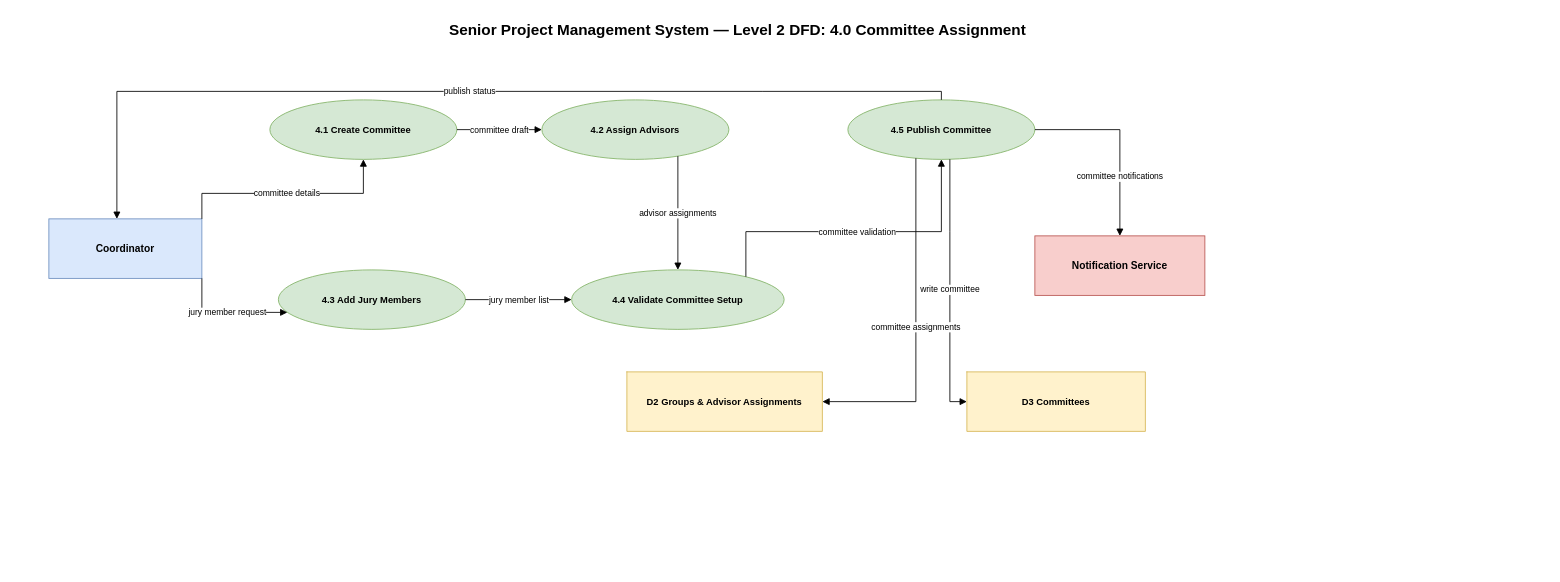
SE3318-Spring-2025-2026/senior-app-3 keeps this draw.io diagram as docs/dfdlevel2_4.drawio. Above is the earlier version. Source tidied: cells renumbered, new cells numbered last; positions are measured from the earlier drawing's top-left corner, leaving out a move shared by most shapes. Both pictures are drawn from the tidied source at 85%, with x=0, y=0 at pixel (14, 14).
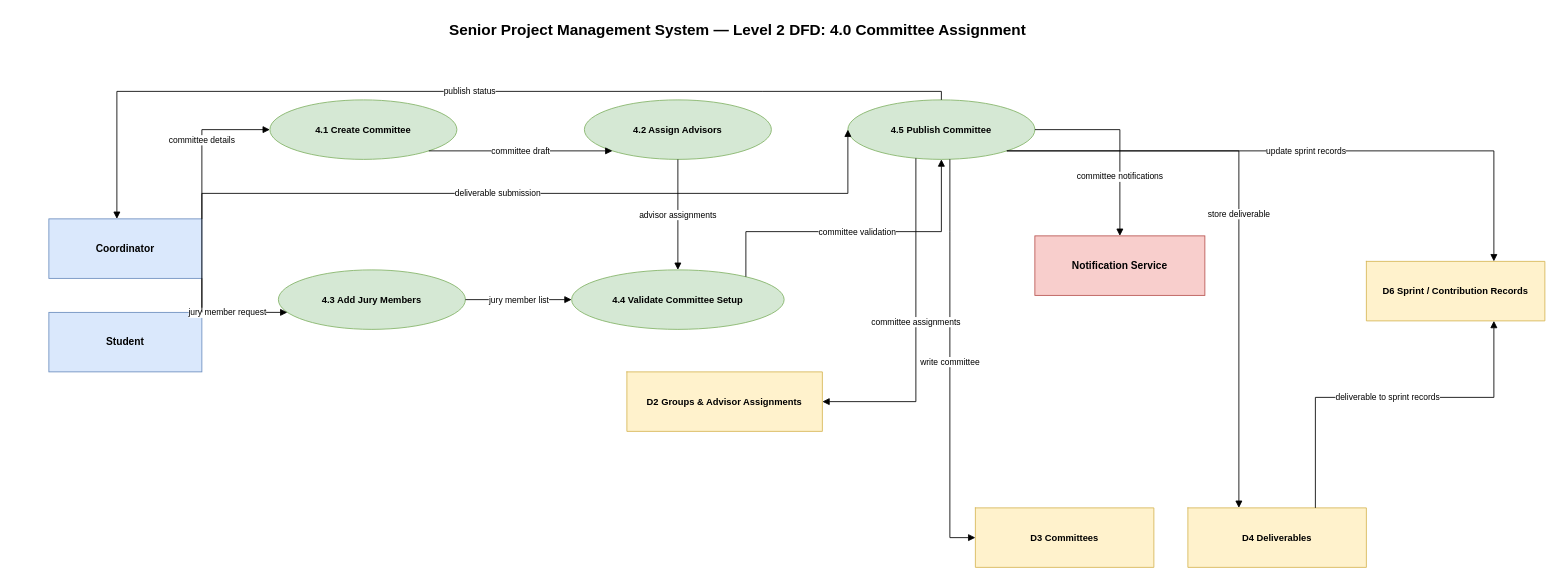
Above is the later version.

Commit message (it also covers changes not shown here):
docs: updated process 2.3-2.4 diagrams/specs

The change refers to these unchanged cells:
```xml
<mxCell id="3" value="Coordinator" style="rounded=0;whiteSpace=wrap;html=1;fillColor=#dae8fc;strokeColor=#6c8ebf;fontStyle=1;fontSize=12;" parent="1" vertex="1">
  <mxGeometry x="40" y="240" width="180" height="70" as="geometry" />
</mxCell>
<mxCell id="5" value="D2  Groups &amp; Advisor Assignments" style="shape=partialRectangle;whiteSpace=wrap;html=1;fillColor=#fff2cc;strokeColor=#d6b656;fontStyle=1;fontSize=11;" parent="1" vertex="1">
  <mxGeometry x="720" y="420" width="230" height="70" as="geometry" />
</mxCell>
<mxCell id="7" value="4.1 Create Committee" style="ellipse;whiteSpace=wrap;html=1;fillColor=#d5e8d4;strokeColor=#82b366;fontStyle=1;fontSize=11;" parent="1" vertex="1">
  <mxGeometry x="300" y="100" width="220" height="70" as="geometry" />
</mxCell>
<mxCell id="9" value="4.5 Publish Committee" style="ellipse;whiteSpace=wrap;html=1;fillColor=#d5e8d4;strokeColor=#82b366;fontStyle=1;fontSize=11;" parent="1" vertex="1">
  <mxGeometry x="980" y="100" width="220" height="70" as="geometry" />
</mxCell>
```

The edit, as a diff of the source:
```diff
@@
+    <mxCell id="22" value="Student" style="rounded=0;whiteSpace=wrap;html=1;fillColor=#dae8fc;strokeColor=#6c8ebf;fontStyle=1;fontSize=12;" parent="1" vertex="1">
+      <mxGeometry x="40" y="350" width="180" height="70" as="geometry" />
+    </mxCell>
+    <mxCell id="23" value="D4 Deliverables" style="shape=partialRectangle;whiteSpace=wrap;html=1;fillColor=#fff2cc;strokeColor=#d6b656;fontStyle=1;fontSize=11;" parent="1" vertex="1">
+      <mxGeometry x="1380" y="580" width="210" height="70" as="geometry" />
+    </mxCell>
+    <mxCell id="24" value="D6 Sprint / Contribution Records" style="shape=partialRectangle;whiteSpace=wrap;html=1;fillColor=#fff2cc;strokeColor=#d6b656;fontStyle=1;fontSize=11;" parent="1" vertex="1">
+      <mxGeometry x="1590" y="290" width="210" height="70" as="geometry" />
+    </mxCell>
@@
     <mxCell id="6" value="D3  Committees" style="shape=partialRectangle;whiteSpace=wrap;html=1;fillColor=#fff2cc;strokeColor=#d6b656;fontStyle=1;fontSize=11;" parent="1" vertex="1">
-      <mxGeometry x="1120" y="420" width="210" height="70" as="geometry" />
+      <mxGeometry x="1130" y="580" width="210" height="70" as="geometry" />
     </mxCell>
@@
     <mxCell id="8" value="4.2 Assign Advisors" style="ellipse;whiteSpace=wrap;html=1;fillColor=#d5e8d4;strokeColor=#82b366;fontStyle=1;fontSize=11;" parent="1" vertex="1">
-      <mxGeometry x="620" y="100" width="220" height="70" as="geometry" />
+      <mxGeometry x="670" y="100" width="220" height="70" as="geometry" />
     </mxCell>
@@
-    <mxCell id="12" value="committee details" style="edgeStyle=orthogonalEdgeStyle;rounded=0;html=1;endArrow=block;endFill=1;fontSize=10;" parent="1" edge="1" source="3" target="7">
+    <mxCell id="12" value="committee details" style="edgeStyle=orthogonalEdgeStyle;rounded=0;html=1;endArrow=block;endFill=1;fontSize=10;entryX=0;entryY=0.5;entryDx=0;entryDy=0;" parent="1" edge="1" source="3" target="7">
       <mxGeometry relative="1" as="geometry">
         <Array as="points">
-          <mxPoint x="220" y="210" />
+          <mxPoint x="220" y="135" />
         </Array>
       </mxGeometry>
     </mxCell>
@@
     <mxCell id="18" value="committee assignments" style="edgeStyle=orthogonalEdgeStyle;rounded=0;html=1;endArrow=block;endFill=1;fontSize=10;" parent="1" edge="1" source="9" target="5">
-      <mxGeometry relative="1" as="geometry">
+      <mxGeometry x="-0.03" relative="1" as="geometry">
         <Array as="points">
           <mxPoint x="1060" y="255" />
           <mxPoint x="1060" y="665" />
         </Array>
       </mxGeometry>
     </mxCell>
@@
+    <mxCell id="25" value="deliverable submission" style="edgeStyle=orthogonalEdgeStyle;rounded=0;html=1;endArrow=block;endFill=1;fontSize=10;entryX=0;entryY=0.5;entryDx=0;entryDy=0;" parent="1" edge="1" source="22" target="9">
+      <mxGeometry relative="1" as="geometry">
+        <Array as="points">
+          <mxPoint x="220" y="210" />
+          <mxPoint x="980" y="210" />
+        </Array>
+      </mxGeometry>
+    </mxCell>
+    <mxCell id="26" value="store deliverable" style="edgeStyle=orthogonalEdgeStyle;rounded=0;html=1;endArrow=block;endFill=1;fontSize=10;" parent="1" edge="1" source="9" target="23">
+      <mxGeometry relative="1" as="geometry">
+        <Array as="points">
+          <mxPoint x="1120" y="160" />
+          <mxPoint x="1440" y="450" />
+        </Array>
+      </mxGeometry>
+    </mxCell>
+    <mxCell id="27" value="update sprint records" style="edgeStyle=orthogonalEdgeStyle;rounded=0;html=1;endArrow=block;endFill=1;fontSize=10;" parent="1" edge="1" source="9" target="24">
+      <mxGeometry relative="1" as="geometry">
+        <Array as="points">
+          <mxPoint x="1120" y="160" />
+          <mxPoint x="1740" y="450" />
+        </Array>
+      </mxGeometry>
+    </mxCell>
+    <mxCell id="28" value="deliverable to sprint records" style="edgeStyle=orthogonalEdgeStyle;rounded=0;html=1;endArrow=block;endFill=1;fontSize=10;" parent="1" edge="1" source="23" target="24">
+      <mxGeometry relative="1" as="geometry">
+        <Array as="points">
+          <mxPoint x="1530" y="450" />
+          <mxPoint x="1740" y="450" />
+        </Array>
+      </mxGeometry>
+    </mxCell>
```
